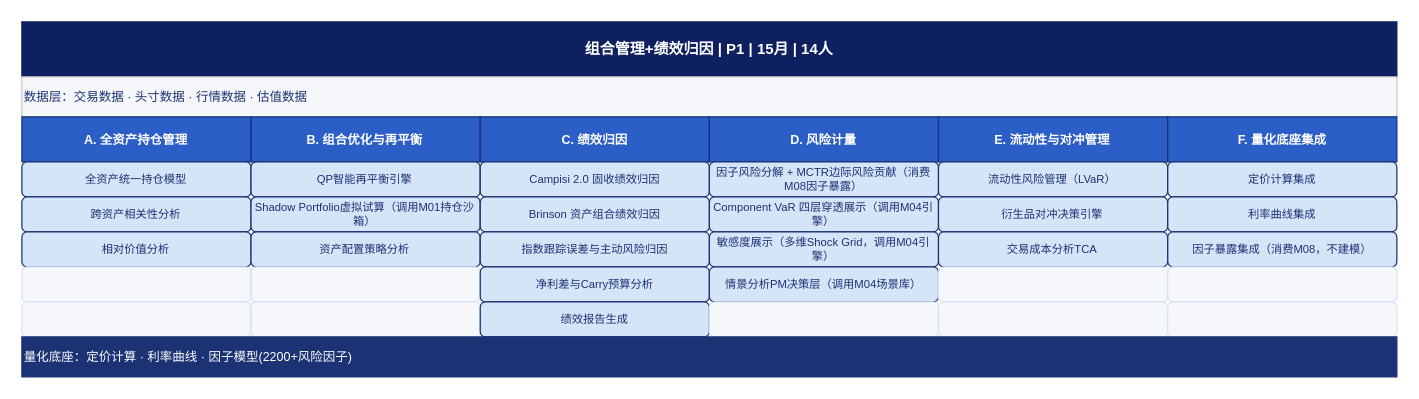
Above: Feasibility_analysis/drawio/detail_07_组合管理+绩效归因.drawio in BellyFish99/ficc-projDocs (draw.io), before the change. Source tidied: cells renumbered, new cells numbered last; positions are measured from the earlier drawing's top-left corner, leaving out a move shared by most shapes. Both pictures are drawn from the tidied source at 125%, with x=0, y=0 at pixel (21, 21).
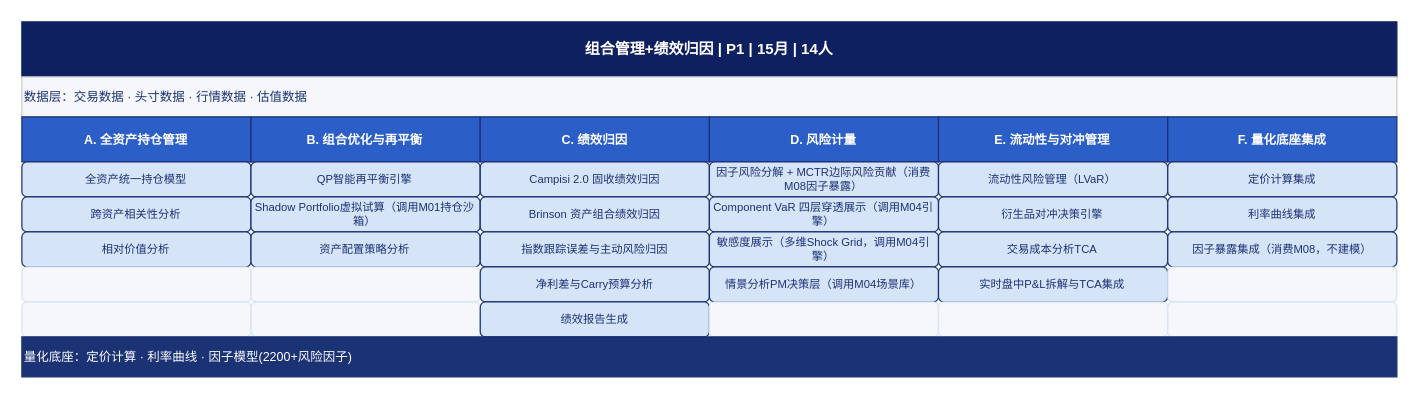
The same page after the edit.

What changed in the source:
```diff
@@
-    <mxCell id="32" style="rounded=1;whiteSpace=wrap;html=1;fillColor=#F5F7FA;fontColor=#F5F7FA;strokeColor=#D6E4F7;fontSize=9;" parent="1" vertex="1">
+    <mxCell id="32" value="实时盘中P&amp;L拆解与TCA集成" style="rounded=1;whiteSpace=wrap;html=1;fillColor=#D6E4F7;fontColor=#1B3275;strokeColor=#1B3275;fontSize=9;align=center;verticalAlign=middle;" parent="1" vertex="1">
       <mxGeometry x="733.3" y="196" width="183.3" height="28" as="geometry" />
     </mxCell>
```
